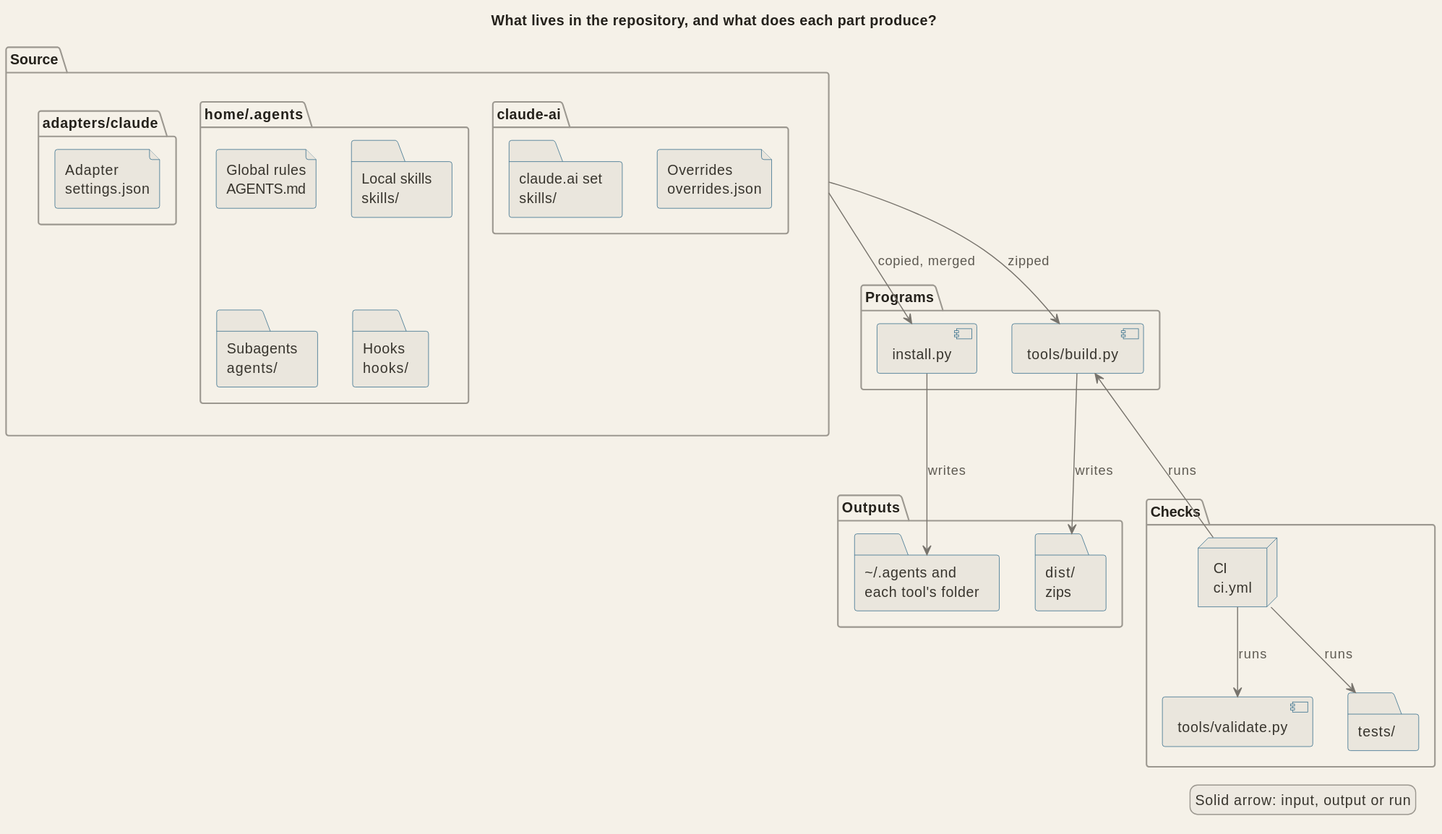
Above: docs/diagrams/arch_parts.svg in signorenne/dotagents (PlantUML), before the change.
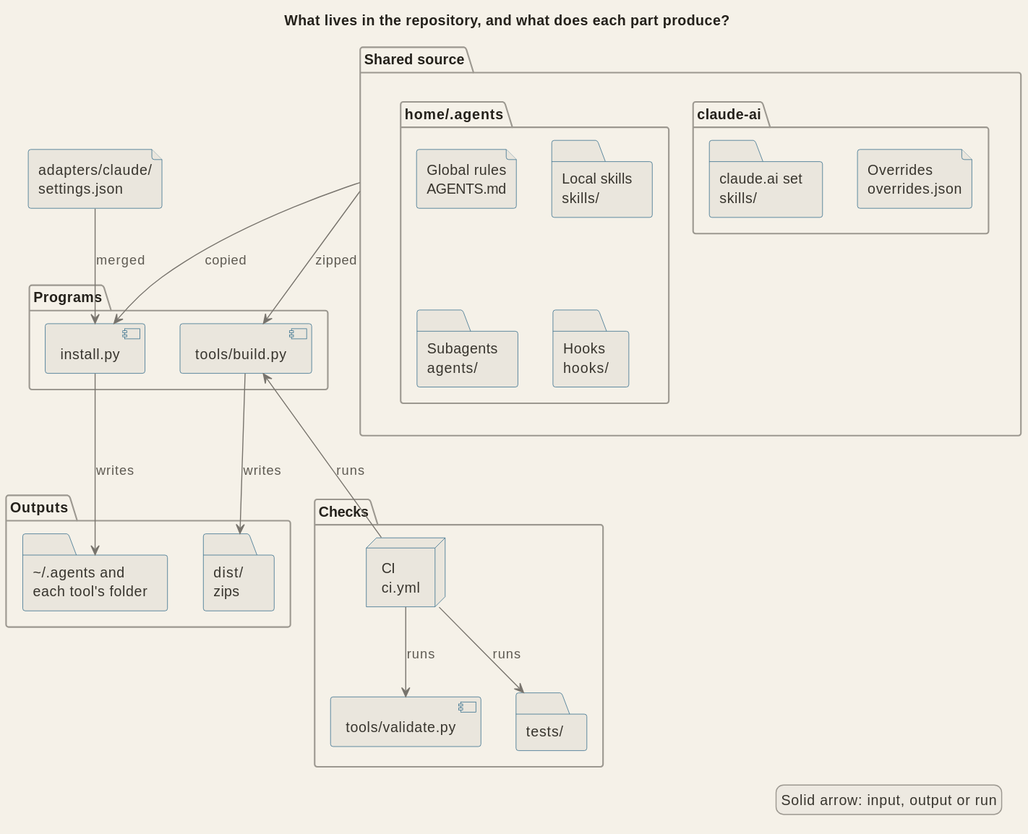
The same file after the commit.

Commit message:
docs(architecture): draw the adapter as feeding install.py only and list what each program takes from each source

The edit, as a diff of the source:
```diff
@@ -2,11 +2,9 @@
 !include palette.iuml
 title What lives in the repository, and what does each part produce?
 
-package "Source" as source {
-  package "adapters/claude" as adapters {
-    file "Adapter\nsettings.json" as fragment
-  }
+file "adapters/claude/\nsettings.json" as adapters
 
+package "Shared source" as source {
   package "home/.agents" as home {
     file "Global rules\nAGENTS.md" as rules
     folder "Local skills\nskills/" as skills
@@ -34,7 +32,8 @@
   folder "tests/" as tests
 }
 
-source --> install : copied, merged
+adapters --> install : merged
+source --> install : copied
 source --> build : zipped
 install -[hidden]right- build
 install --> installed : writes
```
